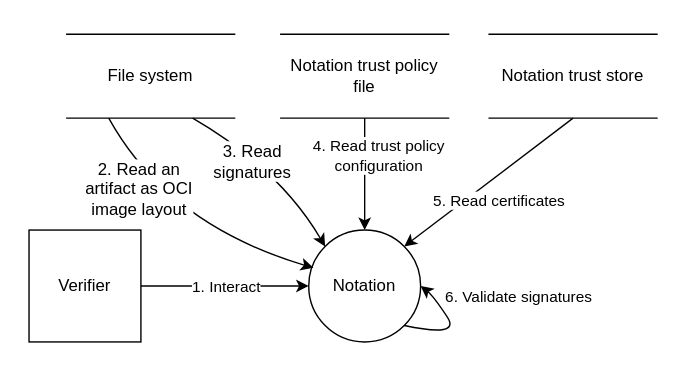
The draw.io diagram media/notation-verify-local.svg in notaryproject/specifications, before a commit. Source tidied: cells renumbered, new cells last; positions are measured from the earlier drawing's top-left corner, leaving out a move shared by most shapes. Its diagram source:
```xml
<mxGraphModel background="#ffffff">
  <root>
    <mxCell id="0" />
    <mxCell id="1" parent="0" />
    <mxCell id="2" style="rounded=0;whiteSpace=wrap;html=1;strokeColor=none;" parent="1" vertex="1">
      <mxGeometry width="489" height="270" as="geometry" />
    </mxCell>
    <mxCell id="3" value="Verifier" style="whiteSpace=wrap;html=1;fontColor=#000000;fillColor=#ffffff;strokeColor=#000000;" parent="1" vertex="1">
      <mxGeometry x="20" y="164" width="80" height="80" as="geometry" />
    </mxCell>
    <mxCell id="4" value="Notation" style="ellipse;whiteSpace=wrap;html=1;fillColor=#ffffff;strokeColor=#000000;" parent="1" vertex="1">
      <mxGeometry x="220" y="164" width="80" height="80" as="geometry" />
    </mxCell>
    <mxCell id="5" value="Notation trust policy file" style="shape=partialRectangle;whiteSpace=wrap;html=1;left=0;right=0;fillColor=none;strokeColor=#000000;fontColor=#000000;" parent="1" vertex="1">
      <mxGeometry x="200" y="24" width="120" height="60" as="geometry" />
    </mxCell>
    <mxCell id="6" style="endArrow=classic;html=1;rounded=0;exitX=1;exitY=0.5;exitDx=0;exitDy=0;entryX=0;entryY=0.5;entryDx=0;entryDy=0;fontColor=#050505;strokeColor=#000000;" parent="1" edge="1" source="3" target="4">
      <mxGeometry relative="1" as="geometry" />
    </mxCell>
    <mxCell id="7" value="1. Interact" style="edgeLabel;html=1;align=center;verticalAlign=middle;" parent="6" vertex="1">
      <mxGeometry relative="1" as="geometry" />
    </mxCell>
    <mxCell id="8" style="endArrow=classic;html=1;rounded=0;exitX=0.5;exitY=1;exitDx=0;exitDy=0;entryX=0.5;entryY=0;entryDx=0;entryDy=0;fontColor=#000000;strokeColor=#000000;" parent="1" edge="1" source="5" target="4">
      <mxGeometry relative="1" as="geometry" />
    </mxCell>
    <mxCell id="9" value="4. Read trust policy&lt;br&gt;configuration" style="edgeLabel;html=1;align=center;verticalAlign=middle;" parent="8" vertex="1">
      <mxGeometry relative="1" as="geometry">
        <mxPoint x="9" y="-14" as="offset" />
      </mxGeometry>
    </mxCell>
    <mxCell id="10" style="endArrow=classic;html=1;rounded=0;exitX=0.5;exitY=1;exitDx=0;exitDy=0;entryX=1;entryY=0;entryDx=0;entryDy=0;" parent="1" edge="1" source="13" target="4">
      <mxGeometry relative="1" as="geometry" />
    </mxCell>
    <mxCell id="11" value="5. Read certificates" style="edgeLabel;html=1;align=center;verticalAlign=middle;" parent="10" vertex="1">
      <mxGeometry relative="1" as="geometry">
        <mxPoint x="7" y="13" as="offset" />
      </mxGeometry>
    </mxCell>
    <mxCell id="12" value="File system" style="shape=partialRectangle;whiteSpace=wrap;html=1;left=0;right=0;fillColor=none;strokeColor=#000000;fontColor=#000000;" parent="1" vertex="1">
      <mxGeometry x="47" y="24" width="120" height="60" as="geometry" />
    </mxCell>
    <mxCell id="13" value="Notation trust store" style="shape=partialRectangle;whiteSpace=wrap;html=1;left=0;right=0;fillColor=none;strokeColor=#000000;fontColor=#000000;" parent="1" vertex="1">
      <mxGeometry x="349" y="24" width="120" height="60" as="geometry" />
    </mxCell>
    <mxCell id="14" style="curved=1;endArrow=classic;html=1;rounded=0;exitX=1;exitY=1;exitDx=0;exitDy=0;entryX=1;entryY=0.5;entryDx=0;entryDy=0;" parent="1" edge="1" source="4" target="4">
      <mxGeometry relative="1" as="geometry">
        <Array as="points">
          <mxPoint x="329" y="241" />
          <mxPoint x="309" y="211" />
        </Array>
      </mxGeometry>
    </mxCell>
    <mxCell id="15" value="6. Validate signatures" style="edgeLabel;html=1;align=center;verticalAlign=middle;" parent="1" vertex="1">
      <mxGeometry x="369" y="212" as="geometry" />
    </mxCell>
    <mxCell id="16" style="curved=1;endArrow=classic;html=1;rounded=0;exitX=0.25;exitY=1;exitDx=0;exitDy=0;entryX=0.042;entryY=0.338;entryDx=0;entryDy=0;entryPerimeter=0;" parent="1" edge="1" source="12" target="4">
      <mxGeometry relative="1" as="geometry">
        <Array as="points">
          <mxPoint x="119" y="160" />
        </Array>
      </mxGeometry>
    </mxCell>
    <mxCell id="17" style="curved=1;endArrow=classic;html=1;rounded=0;exitX=0.75;exitY=1;exitDx=0;exitDy=0;entryX=0;entryY=0;entryDx=0;entryDy=0;" parent="1" edge="1" source="12" target="4">
      <mxGeometry relative="1" as="geometry">
        <Array as="points">
          <mxPoint x="199" y="120" />
        </Array>
      </mxGeometry>
    </mxCell>
    <mxCell id="18" value="3. Read signatures" style="text;html=1;strokeColor=none;fillColor=none;align=center;verticalAlign=middle;whiteSpace=wrap;rounded=0;labelBackgroundColor=default;" parent="1" vertex="1">
      <mxGeometry x="140" y="100" width="80" height="30" as="geometry" />
    </mxCell>
    <mxCell id="19" value="2. Read an artifact as OCI image layout" style="text;html=1;strokeColor=none;fillColor=none;align=center;verticalAlign=middle;whiteSpace=wrap;rounded=0;labelBackgroundColor=default;" parent="1" vertex="1">
      <mxGeometry x="59" y="120" width="80" height="30" as="geometry" />
    </mxCell>
  </root>
</mxGraphModel>
```
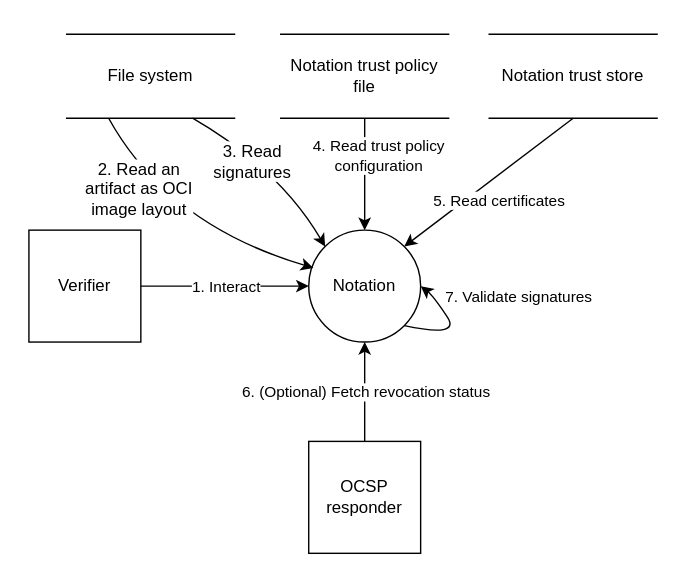
After the commit.

Commit message:
doc: update per comments

The edit, as a diff of the source:
```diff
@@ -3,7 +3,7 @@
     <mxCell id="0" />
     <mxCell id="1" parent="0" />
     <mxCell id="2" style="rounded=0;whiteSpace=wrap;html=1;strokeColor=none;" parent="1" vertex="1">
-      <mxGeometry width="489" height="270" as="geometry" />
+      <mxGeometry width="489" height="410" as="geometry" />
     </mxCell>
     <mxCell id="3" value="Verifier" style="whiteSpace=wrap;html=1;fontColor=#000000;fillColor=#ffffff;strokeColor=#000000;" parent="1" vertex="1">
       <mxGeometry x="20" y="164" width="80" height="80" as="geometry" />
@@ -50,7 +50,7 @@
         </Array>
       </mxGeometry>
     </mxCell>
-    <mxCell id="15" value="6. Validate signatures" style="edgeLabel;html=1;align=center;verticalAlign=middle;" parent="1" vertex="1">
+    <mxCell id="15" value="7. Validate signatures" style="edgeLabel;html=1;align=center;verticalAlign=middle;" parent="1" vertex="1">
       <mxGeometry x="369" y="212" as="geometry" />
     </mxCell>
     <mxCell id="16" style="curved=1;endArrow=classic;html=1;rounded=0;exitX=0.25;exitY=1;exitDx=0;exitDy=0;entryX=0.042;entryY=0.338;entryDx=0;entryDy=0;entryPerimeter=0;" parent="1" edge="1" source="12" target="4">
@@ -73,5 +73,14 @@
     <mxCell id="19" value="2. Read an artifact as OCI image layout" style="text;html=1;strokeColor=none;fillColor=none;align=center;verticalAlign=middle;whiteSpace=wrap;rounded=0;labelBackgroundColor=default;" parent="1" vertex="1">
       <mxGeometry x="59" y="120" width="80" height="30" as="geometry" />
     </mxCell>
+    <mxCell id="20" value="OCSP responder" style="whiteSpace=wrap;html=1;fontColor=#000000;fillColor=#ffffff;strokeColor=#000000;" parent="1" vertex="1">
+      <mxGeometry x="220" y="315" width="80" height="80" as="geometry" />
+    </mxCell>
+    <mxCell id="21" style="endArrow=classic;html=1;rounded=0;exitX=0.5;exitY=0;exitDx=0;exitDy=0;entryX=0.5;entryY=1;entryDx=0;entryDy=0;" parent="1" edge="1" source="20" target="4">
+      <mxGeometry relative="1" as="geometry" />
+    </mxCell>
+    <mxCell id="22" value="6. (Optional) Fetch revocation status" style="edgeLabel;html=1;align=center;verticalAlign=middle;" parent="21" vertex="1">
+      <mxGeometry relative="1" as="geometry" />
+    </mxCell>
   </root>
 </mxGraphModel>
```
